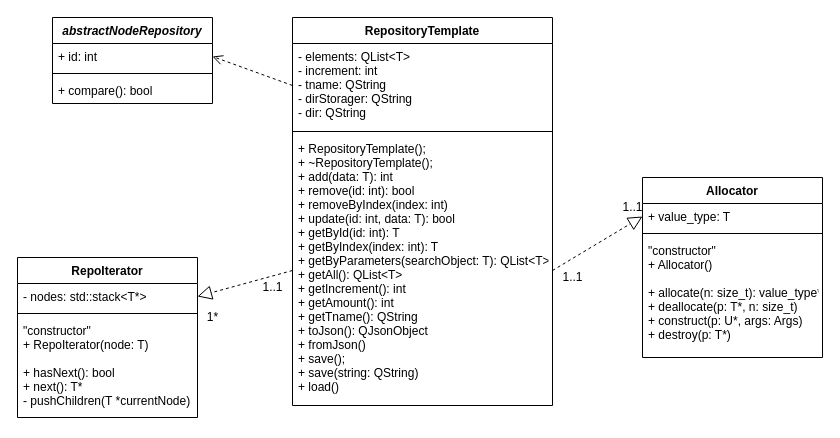
Above: docs/iterator, allocator.drawio in valeriefuerte/ScheduleMultipartiteGraph (draw.io), before the change. Source tidied: cells renumbered, new cells numbered last; positions are measured from the earlier drawing's top-left corner, leaving out a move shared by most shapes. Both pictures are drawn from the tidied source at 100%, with x=0, y=0 at pixel (17, 17).
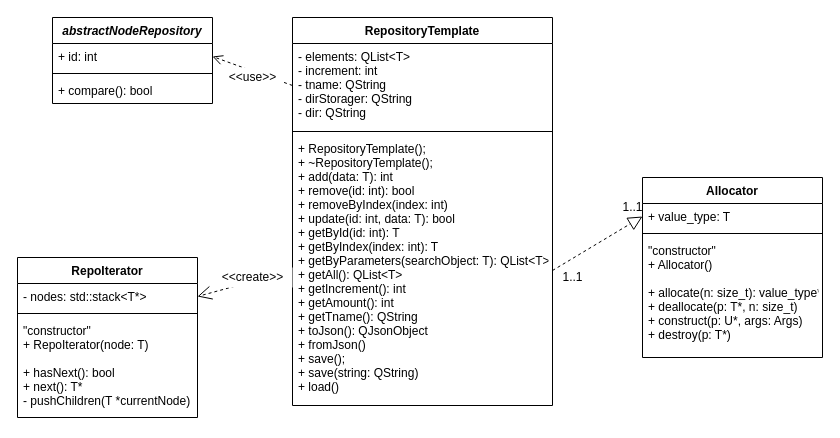
Above is the later version.

Unchanged cells that the change refers to:
```xml
<mxCell id="3" value="- nodes: std::stack&lt;T*&gt;" style="text;strokeColor=none;fillColor=none;align=left;verticalAlign=top;spacingLeft=4;spacingRight=4;overflow=hidden;points=[[0,0.5],[1,0.5]];portConstraint=eastwest;" parent="2" vertex="1">
  <mxGeometry y="26" width="180" height="26" as="geometry" />
</mxCell>
<mxCell id="20" value="+ RepositoryTemplate();&#10;+ ~RepositoryTemplate();&#10;+ add(data: T): int&#10;+ remove(id: int): bool&#10;+ removeByIndex(index: int)&#10;+ update(id: int, data: T): bool&#10;+ getById(id: int): T&#10;+ getByIndex(index: int): T&#10;+ getByParameters(searchObject: T): QList&lt;T&gt;&#10;+ getAll(): QList&lt;T&gt; &#10;+ getIncrement(): int&#10;+ getAmount(): int&#10;+ getTname(): QString&#10;+ toJson(): QJsonObject&#10;+ fromJson()&#10;+ save();&#10;+ save(string: QString)&#10;+ load()" style="text;strokeColor=none;fillColor=none;align=left;verticalAlign=top;spacingLeft=4;spacingRight=4;overflow=hidden;points=[[0,0.5],[1,0.5]];portConstraint=eastwest;" parent="17" vertex="1">
  <mxGeometry y="118" width="260" height="270" as="geometry" />
</mxCell>
```

Diff of the diagram source:
```diff
@@
-    <mxCell id="6" style="endArrow=block;dashed=1;endFill=0;endSize=12;html=1;entryX=1;entryY=0.5;entryDx=0;entryDy=0;exitX=0;exitY=0.5;exitDx=0;exitDy=0;" parent="1" edge="1" source="20" target="3">
+    <mxCell id="6" style="endArrow=open;dashed=1;endFill=0;endSize=12;html=1;entryX=1;entryY=0.5;entryDx=0;entryDy=0;exitX=0;exitY=0.5;exitDx=0;exitDy=0;" parent="1" edge="1" source="20" target="3">
       <mxGeometry relative="1" as="geometry" />
     </mxCell>
-    <mxCell id="7" value="1*" style="text;html=1;align=center;verticalAlign=middle;" parent="1" vertex="1">
-      <mxGeometry x="180" y="290" width="30" height="20" as="geometry" />
-    </mxCell>
-    <mxCell id="8" value="1..1" style="text;html=1;align=center;verticalAlign=middle;" parent="1" vertex="1">
-      <mxGeometry x="235" y="260" width="40" height="20" as="geometry" />
-    </mxCell>
@@
+    <mxCell id="25" value="&amp;lt;&amp;lt;use&amp;gt;&amp;gt;" style="text;html=1;align=center;verticalAlign=middle;fillColor=#ffffff;" parent="1" vertex="1">
+      <mxGeometry x="205" y="50" width="60" height="20" as="geometry" />
+    </mxCell>
+    <mxCell id="26" value="&amp;lt;&amp;lt;create&amp;gt;&amp;gt;" style="text;html=1;align=center;verticalAlign=middle;fillColor=#ffffff;" parent="1" vertex="1">
+      <mxGeometry x="195" y="250" width="80" height="20" as="geometry" />
+    </mxCell>
```
